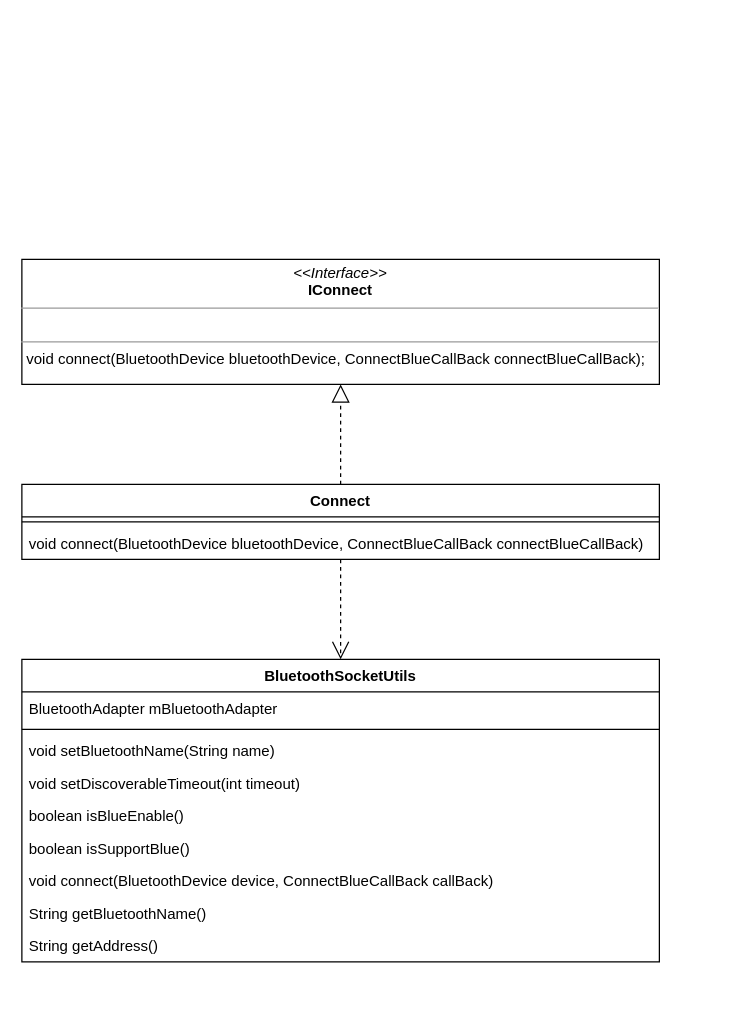
This is mbluetooth框架设计类图3.drawio from ColonelDarcy2018/excelsior, a draw.io file, before an edit. Source tidied: cells renumbered, new cells numbered last; positions are measured from the earlier drawing's top-left corner, leaving out a move shared by most shapes. Both pictures are drawn from the tidied source at 125%, with x=0, y=0 at pixel (21, 259).
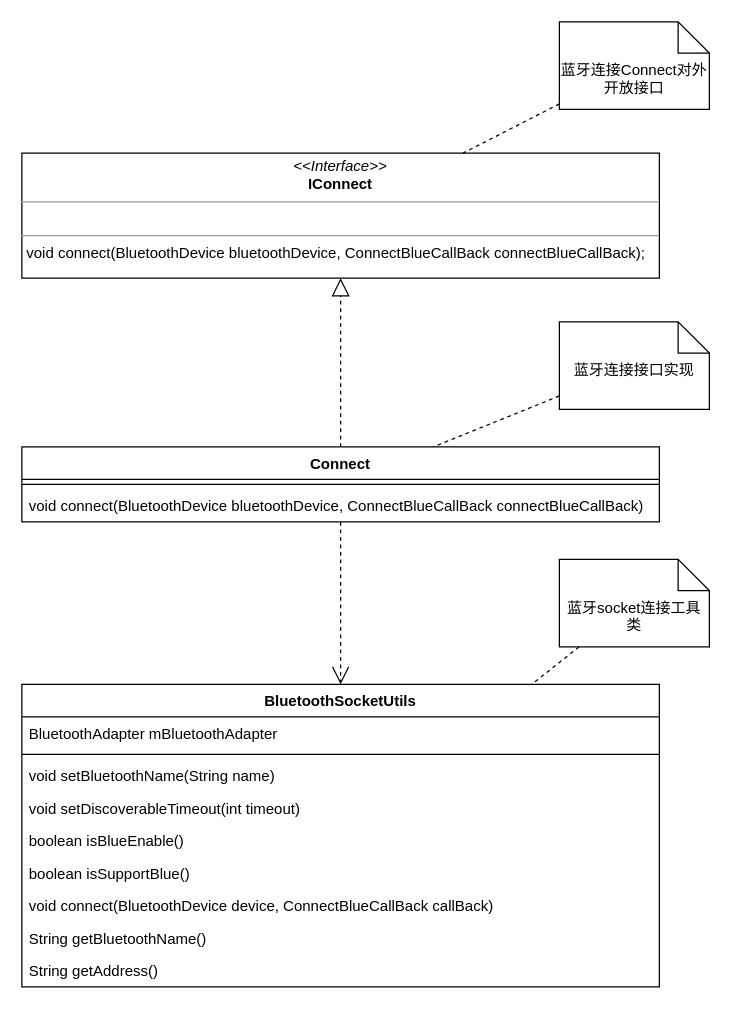
After the change.

Commit message (it also covers changes not shown here):
Update mbluetooth框架设计类图3.drawio

Change to the diagram source:
```diff
@@
     <mxCell id="2" value="&lt;p style=&quot;margin: 0px ; margin-top: 4px ; text-align: center&quot;&gt;&lt;i&gt;&amp;lt;&amp;lt;Interface&amp;gt;&amp;gt;&lt;/i&gt;&lt;br&gt;&lt;b&gt;IConnect&lt;/b&gt;&lt;br&gt;&lt;/p&gt;&lt;hr size=&quot;1&quot;&gt;&lt;p style=&quot;margin: 0px ; margin-left: 4px&quot;&gt;&lt;br&gt;&lt;/p&gt;&lt;hr size=&quot;1&quot;&gt;&lt;p style=&quot;margin: 0px ; margin-left: 4px&quot;&gt;void connect(BluetoothDevice bluetoothDevice, ConnectBlueCallBack connectBlueCallBack);&lt;br&gt;&lt;/p&gt;" style="verticalAlign=top;align=left;overflow=fill;fontSize=12;fontFamily=Helvetica;html=1;" parent="1" vertex="1">
-      <mxGeometry width="510" height="100" as="geometry" />
+      <mxGeometry y="-85" width="510" height="100" as="geometry" />
     </mxCell>
     <mxCell id="3" value="Connect" style="swimlane;fontStyle=1;align=center;verticalAlign=top;horizontal=1;startSize=26;" parent="1" vertex="1">
-      <mxGeometry y="180" width="510" height="60" as="geometry" />
+      <mxGeometry y="150" width="510" height="60" as="geometry" />
     </mxCell>
@@
     <mxCell id="7" value="BluetoothSocketUtils" style="swimlane;fontStyle=1;align=center;verticalAlign=top;horizontal=1;startSize=26;" parent="1" vertex="1">
-      <mxGeometry y="320" width="510" height="242" as="geometry" />
+      <mxGeometry y="340" width="510" height="242" as="geometry" />
     </mxCell>
@@
+    <mxCell id="18" style="rounded=0;jettySize=auto;html=1;dashed=1;endArrow=none;endFill=0;" parent="1" edge="1" source="19" target="2">
+      <mxGeometry relative="1" as="geometry" />
+    </mxCell>
+    <mxCell id="19" value="蓝牙连接Connect对外开放接口" style="shape=note2;boundedLbl=1;whiteSpace=wrap;html=1;size=25;verticalAlign=top;align=center;" parent="1" vertex="1">
+      <mxGeometry x="430" y="-190" width="120" height="70" as="geometry" />
+    </mxCell>
+    <mxCell id="20" style="rounded=0;jettySize=auto;html=1;dashed=1;endArrow=none;endFill=0;" parent="1" edge="1" source="21" target="3">
+      <mxGeometry relative="1" as="geometry" />
+    </mxCell>
+    <mxCell id="21" value="蓝牙连接接口实现" style="shape=note2;boundedLbl=1;whiteSpace=wrap;html=1;size=25;verticalAlign=top;align=center;" parent="1" vertex="1">
+      <mxGeometry x="430" y="50" width="120" height="70" as="geometry" />
+    </mxCell>
+    <mxCell id="22" style="edgeStyle=none;rounded=0;jettySize=auto;html=1;dashed=1;endArrow=none;endFill=0;" parent="1" edge="1" source="23" target="7">
+      <mxGeometry relative="1" as="geometry" />
+    </mxCell>
+    <mxCell id="23" value="蓝牙socket连接工具类" style="shape=note2;boundedLbl=1;whiteSpace=wrap;html=1;size=25;verticalAlign=top;align=center;" parent="1" vertex="1">
+      <mxGeometry x="430" y="240" width="120" height="70" as="geometry" />
+    </mxCell>
```
